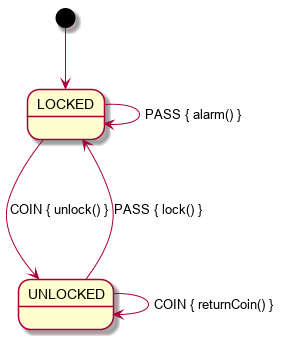
Earlier version of the PlantUML export src/doc/asciidoc/turnstile_fsm.png (open-jumpco/kfsm).
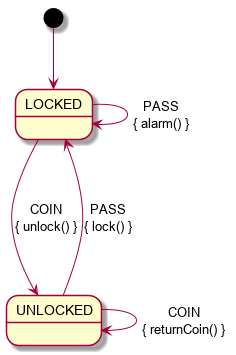
After the commit.

Change to the diagram source:
```diff
@@ -1,9 +1,9 @@
 @startuml
 
 [*] --> LOCKED
-LOCKED ---> UNLOCKED : COIN { unlock() }
-UNLOCKED ---> LOCKED : PASS { lock() }
-LOCKED ---> LOCKED : PASS { alarm() }
-UNLOCKED ---> UNLOCKED : COIN { returnCoin() }
+LOCKED ---> UNLOCKED : COIN\n{ unlock() }
+UNLOCKED ---> LOCKED : PASS\n{ lock() }
+LOCKED ---> LOCKED : PASS\n{ alarm() }
+UNLOCKED ---> UNLOCKED : COIN\n{ returnCoin() }
 
 @enduml
```
